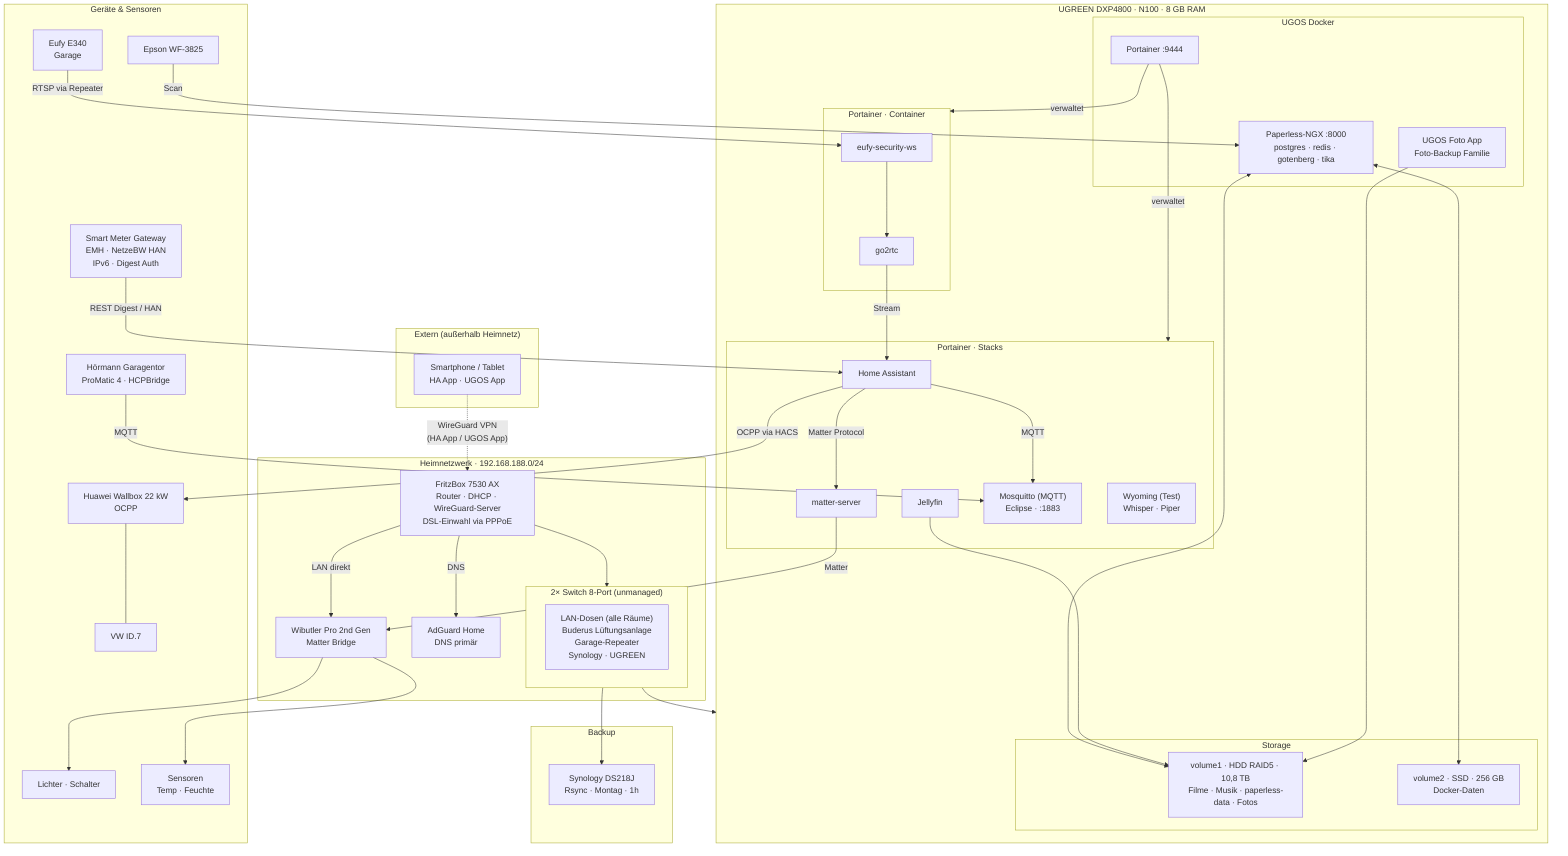
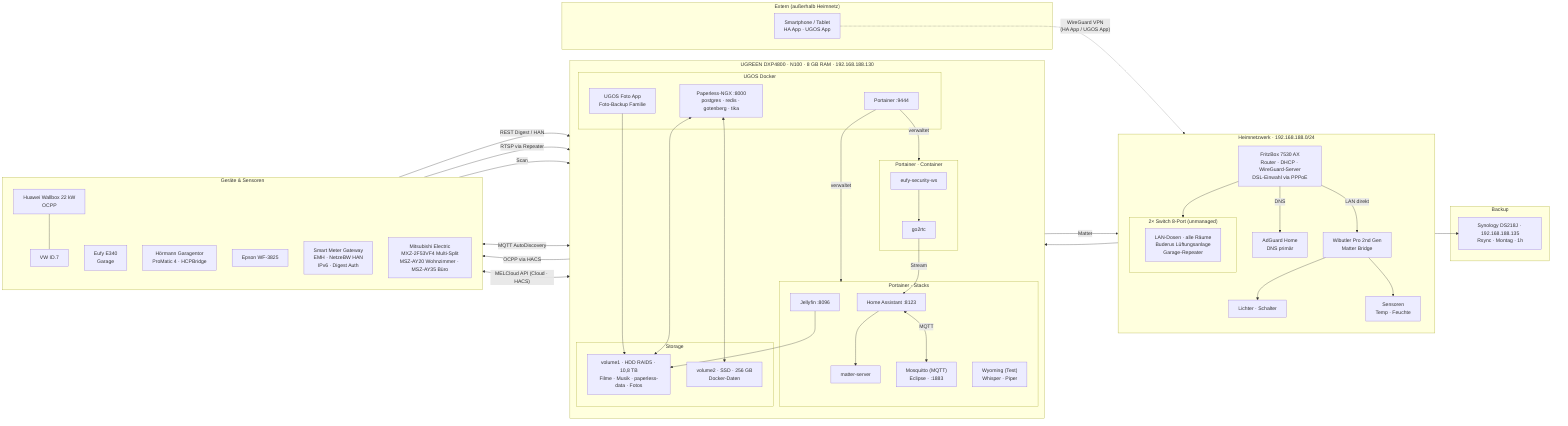
- flowchart TB
+ flowchart LR

    subgraph EXTERN["Extern (außerhalb Heimnetz)"]
        PHONE["Smartphone / Tablet\nHA App · UGOS App"]
    end

    subgraph HEIMNETZ["Heimnetzwerk · 192.168.188.0/24"]
+         direction TB
        FB["FritzBox 7530 AX\nRouter · DHCP · WireGuard-Server\nDSL-Einwahl via PPPoE"]
        AGH["AdGuard Home\nDNS primär"]
        WB["Wibutler Pro 2nd Gen\nMatter Bridge"]
- 
-         subgraph SWITCHES["2× Switch 8-Port (unmanaged)"]
-             SW_DEV["LAN-Dosen (alle Räume)\nBuderus Lüftungsanlage\nGarage-Repeater\nSynology · UGREEN"]
+         LIGHTS["Lichter · Schalter"]
+         SENS["Sensoren\nTemp · Feuchte"]
+         subgraph SW["2× Switch 8-Port (unmanaged)"]
+             SWDEV["LAN-Dosen · alle Räume\nBuderus Lüftungsanlage\nGarage-Repeater"]
        end
    end

-     subgraph NAS["UGREEN DXP4800 · N100 · 8 GB RAM"]
+     subgraph NAS["UGREEN DXP4800 · N100 · 8 GB RAM · 192.168.188.130"]
+         direction TB
        subgraph UGOS["UGOS Docker"]
            PT["Portainer :9444"]
            PL["Paperless-NGX :8000\npostgres · redis · gotenberg · tika"]
            PHOTO["UGOS Foto App\nFoto-Backup Familie"]
        end
        subgraph PSTACK["Portainer · Stacks"]
-             HA["Home Assistant"]
+             HA["Home Assistant :8123"]
            MS["matter-server"]
-             JF["Jellyfin"]
+             JF["Jellyfin :8096"]
            MQ["Mosquitto (MQTT)\nEclipse · :1883"]
            WY["Wyoming (Test)\nWhisper · Piper"]
        end
        subgraph PCONT["Portainer · Container"]
            EUFY["eufy-security-ws"]
            GO2["go2rtc"]
        end
        subgraph STORE["Storage"]
            V1["volume1 · HDD RAID5 · 10,8 TB\nFilme · Musik · paperless-data · Fotos"]
            V2["volume2 · SSD · 256 GB\nDocker-Daten"]
        end
    end

    subgraph GERAETE["Geräte & Sensoren"]
-         LIGHTS["Lichter · Schalter"]
-         SENS["Sensoren\nTemp · Feuchte"]
+         direction TB
        WALLBOX["Huawei Wallbox 22 kW\nOCPP"]
        ID7["VW ID.7"]
        CAM["Eufy E340\nGarage"]
+         GARAGENTOR["Hörmann Garagentor\nProMatic 4 · HCPBridge"]
        EPSON["Epson WF-3825"]
-         GARAGENTOR["Hörmann Garagentor\nProMatic 4 · HCPBridge"]
        SMGW["Smart Meter Gateway\nEMH · NetzeBW HAN\nIPv6 · Digest Auth"]
+         KLIMA["Mitsubishi Electric\nMXZ-2F53VF4 Multi-Split\nMSZ-AY20 Wohnzimmer · MSZ-AY35 Büro"]
    end

    subgraph BACKUP["Backup"]
-         SYN["Synology DS218J\nRsync · Montag · 1h"]
+         SYN["Synology DS218J · 192.168.188.135\nRsync · Montag · 1h"]
    end

+     %% Extern
    PHONE -. "WireGuard VPN\n(HA App / UGOS App)" .-> FB
+ 
+     %% Netzwerk-Infrastruktur
    FB -->|DNS| AGH
    FB -->|LAN direkt| WB
-     FB --> SWITCHES
-     SWITCHES --> NAS
-     SWITCHES --> SYN
+     FB --> SW
+     SW --> NAS
+     SW --> SYN

+     %% Portainer Management
    PT -->|verwaltet| PSTACK
    PT -->|verwaltet| PCONT

-     HA -->|Matter Protocol| MS
+     %% Matter / Wibutler
+     HA --> MS
    MS -->|Matter| WB
    WB --> LIGHTS
    WB --> SENS
-     HA -->|MQTT| MQ
-     GARAGENTOR -->|MQTT| MQ
+ 
+     %% MQTT
+     HA <-->|MQTT| MQ
+     MQ <-->|MQTT AutoDiscovery| GARAGENTOR
+ 
+     %% HA Integrationen → Geräte
    HA -->|OCPP via HACS| WALLBOX
    WALLBOX --- ID7
+     HA <-->|"MELCloud API (Cloud · HACS)"| KLIMA
+     SMGW -->|REST Digest / HAN| HA
+ 
+     %% Kamera-Pipeline
    CAM -->|RTSP via Repeater| EUFY
    EUFY --> GO2
    GO2 -->|Stream| HA
+ 
+     %% Sonstiges
    EPSON -->|Scan| PL
-     SMGW -->|REST Digest / HAN| HA

+     %% Storage
    PL <--> V1
    PL <--> V2
    JF --> V1
-     PHOTO --> V1+     PHOTO --> V1
